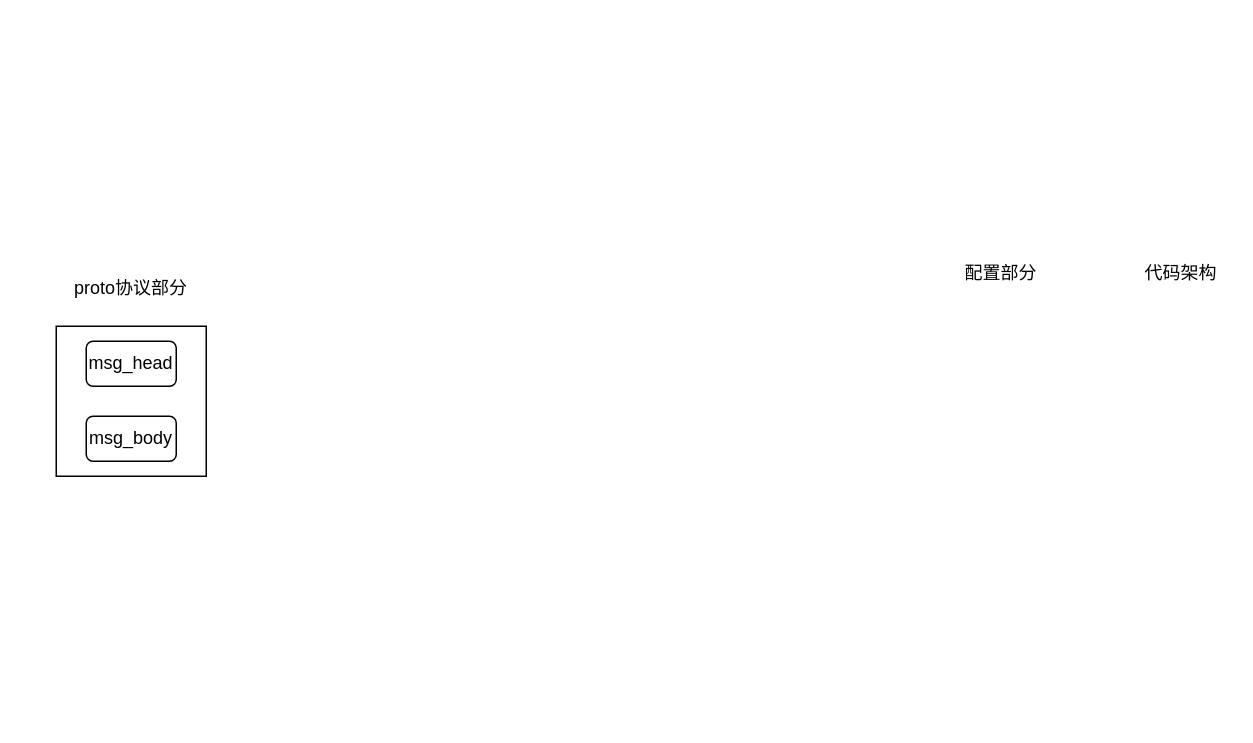
The draw.io diagram 实战项目之tbuspp2.drawio in junpfeng/UE, before the edit. Source tidied: cells renumbered, new cells numbered last; positions are measured from the earlier drawing's top-left corner, leaving out a move shared by most shapes. Both pictures are drawn from the tidied source at 150%, with x=0, y=0 at pixel (56, 250).
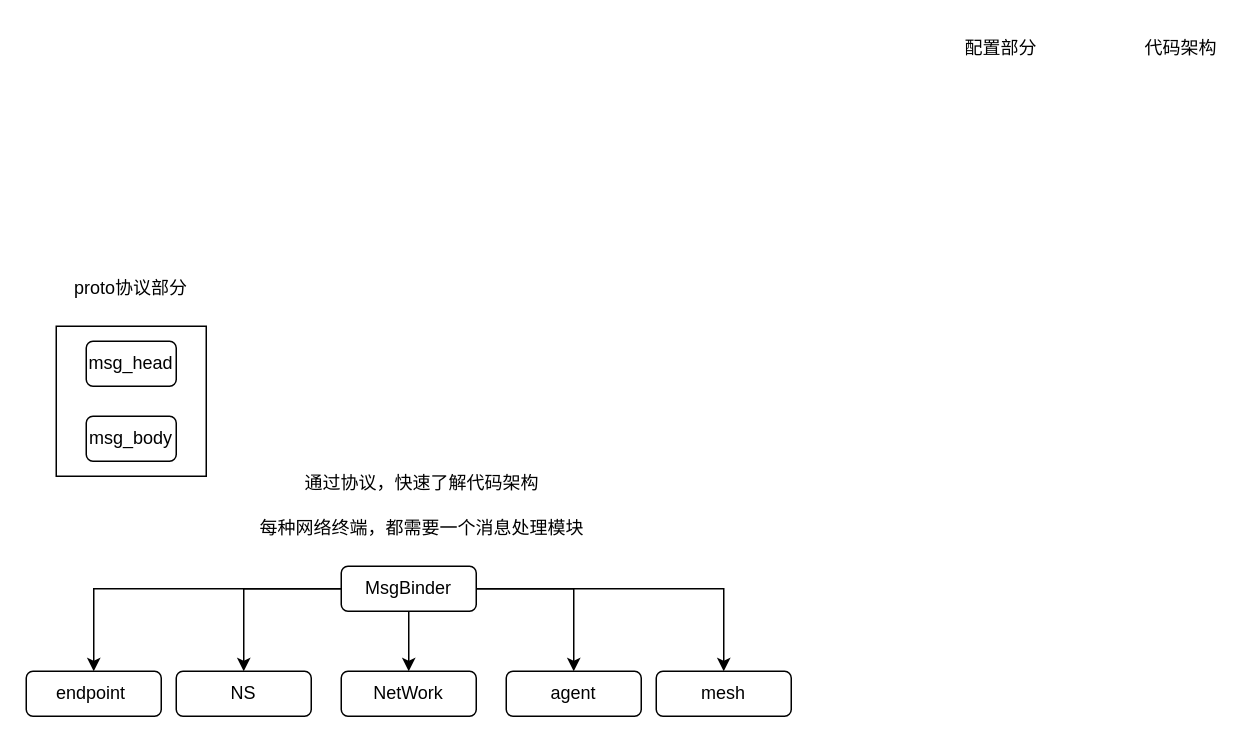
The same diagram, later.

Commit message (it also covers changes not shown here):
更新实战项目之tbuspp2.drawio

Diff of the diagram source:
```diff
@@
     <mxCell id="3" value="配置部分" style="text;html=1;align=center;verticalAlign=middle;whiteSpace=wrap;rounded=0;" parent="1" vertex="1">
-      <mxGeometry x="600" width="60" height="30" as="geometry" />
+      <mxGeometry x="600" y="-150" width="60" height="30" as="geometry" />
     </mxCell>
     <mxCell id="4" value="代码架构" style="text;html=1;align=center;verticalAlign=middle;whiteSpace=wrap;rounded=0;" parent="1" vertex="1">
-      <mxGeometry x="720" width="60" height="30" as="geometry" />
+      <mxGeometry x="720" y="-150" width="60" height="30" as="geometry" />
     </mxCell>
@@
+    <mxCell id="8" value="每种网络终端，都需要一个消息处理模块" style="text;html=1;align=center;verticalAlign=middle;whiteSpace=wrap;rounded=0;" parent="1" vertex="1">
+      <mxGeometry x="114" y="170" width="260" height="30" as="geometry" />
+    </mxCell>
+    <mxCell id="9" style="edgeStyle=orthogonalEdgeStyle;rounded=0;jettySize=auto;html=1;" parent="1" edge="1" source="14" target="15">
+      <mxGeometry relative="1" as="geometry" />
+    </mxCell>
+    <mxCell id="10" style="edgeStyle=orthogonalEdgeStyle;rounded=0;jettySize=auto;html=1;" parent="1" edge="1" source="14" target="16">
+      <mxGeometry relative="1" as="geometry" />
+    </mxCell>
+    <mxCell id="11" style="edgeStyle=orthogonalEdgeStyle;rounded=0;jettySize=auto;html=1;" parent="1" edge="1" source="14" target="17">
+      <mxGeometry relative="1" as="geometry" />
+    </mxCell>
+    <mxCell id="12" style="edgeStyle=orthogonalEdgeStyle;rounded=0;jettySize=auto;html=1;" parent="1" edge="1" source="14" target="18">
+      <mxGeometry relative="1" as="geometry" />
+    </mxCell>
+    <mxCell id="13" style="edgeStyle=orthogonalEdgeStyle;rounded=0;jettySize=auto;html=1;" parent="1" edge="1" source="14" target="19">
+      <mxGeometry relative="1" as="geometry" />
+    </mxCell>
+    <mxCell id="14" value="MsgBinder" style="rounded=1;whiteSpace=wrap;html=1;" parent="1" vertex="1">
+      <mxGeometry x="190" y="210" width="90" height="30" as="geometry" />
+    </mxCell>
+    <mxCell id="15" value="endpoint&amp;nbsp;" style="rounded=1;whiteSpace=wrap;html=1;" parent="1" vertex="1">
+      <mxGeometry x="-20" y="280" width="90" height="30" as="geometry" />
+    </mxCell>
+    <mxCell id="16" value="mesh" style="rounded=1;whiteSpace=wrap;html=1;" parent="1" vertex="1">
+      <mxGeometry x="400" y="280" width="90" height="30" as="geometry" />
+    </mxCell>
+    <mxCell id="17" value="agent" style="rounded=1;whiteSpace=wrap;html=1;" parent="1" vertex="1">
+      <mxGeometry x="300" y="280" width="90" height="30" as="geometry" />
+    </mxCell>
+    <mxCell id="18" value="NetWork" style="rounded=1;whiteSpace=wrap;html=1;" parent="1" vertex="1">
+      <mxGeometry x="190" y="280" width="90" height="30" as="geometry" />
+    </mxCell>
+    <mxCell id="19" value="NS" style="rounded=1;whiteSpace=wrap;html=1;" parent="1" vertex="1">
+      <mxGeometry x="80" y="280" width="90" height="30" as="geometry" />
+    </mxCell>
+    <mxCell id="20" value="通过协议，快速了解代码架构" style="text;html=1;align=center;verticalAlign=middle;whiteSpace=wrap;rounded=0;" parent="1" vertex="1">
+      <mxGeometry x="164" y="140" width="160" height="30" as="geometry" />
+    </mxCell>
```
